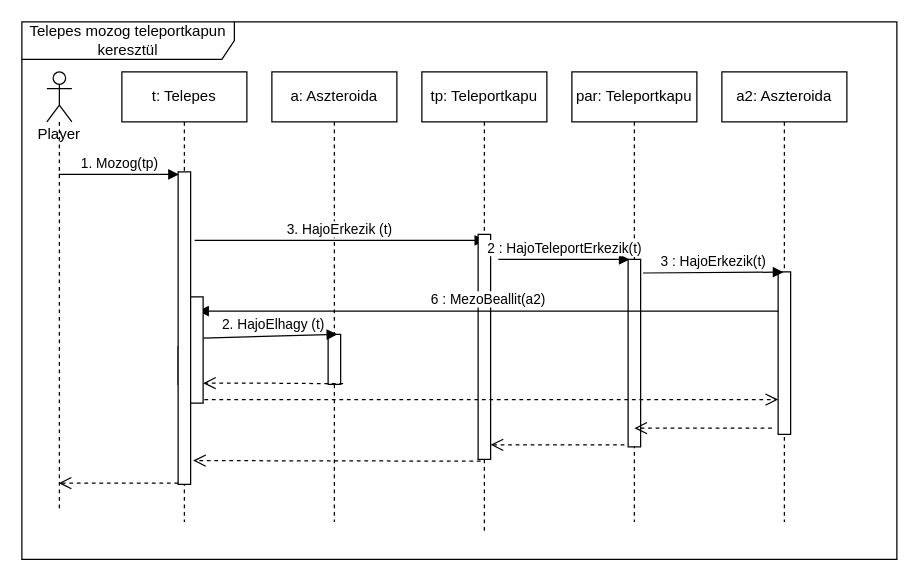
Before: page "Telepes" (1 of 2) of doc/szekvencia/4het_szek_TeleportMozgas.drawio in torpeBoiGo/aszteroidabanyaszat, a draw.io diagram. Source tidied: cells renumbered, new cells numbered last; positions are measured from the earlier drawing's top-left corner, leaving out a move shared by most shapes. Both pictures are drawn from the tidied source at 125%, with x=0, y=0 at pixel (21, 21).
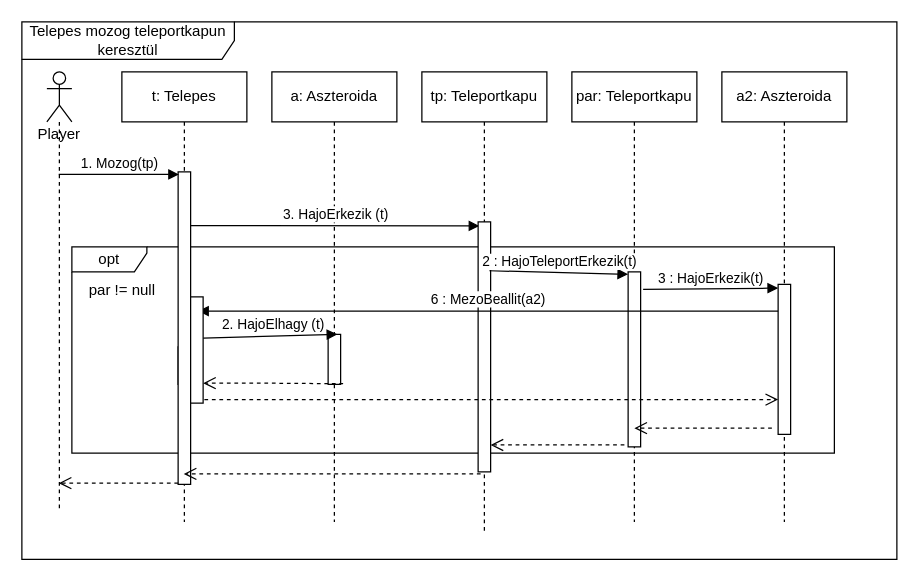
Above is the later version.

Commit message (it also covers changes not shown here):
opt ha null a par

Unchanged cells that the change refers to:
```xml
<mxCell id="3" value="t: Telepes" style="shape=umlLifeline;perimeter=lifelinePerimeter;whiteSpace=wrap;html=1;outlineConnect=0;" parent="1" vertex="1">
  <mxGeometry x="80" y="40" width="100" height="360" as="geometry" />
</mxCell>
<mxCell id="10" style="html=1;points=[];perimeter=orthogonalPerimeter;" parent="1" vertex="1">
  <mxGeometry x="125" y="120" width="10" height="250" as="geometry" />
</mxCell>
<mxCell id="15" value="tp: Teleportkapu" style="shape=umlLifeline;perimeter=lifelinePerimeter;whiteSpace=wrap;html=1;outlineConnect=0;" parent="1" vertex="1">
  <mxGeometry x="320" y="40" width="100" height="370" as="geometry" />
</mxCell>
<mxCell id="17" value="par: Teleportkapu" style="shape=umlLifeline;perimeter=lifelinePerimeter;whiteSpace=wrap;html=1;" parent="1" vertex="1">
  <mxGeometry x="440" y="40" width="100" height="360" as="geometry" />
</mxCell>
<mxCell id="19" value="a2: Aszteroida" style="shape=umlLifeline;perimeter=lifelinePerimeter;whiteSpace=wrap;html=1;" parent="1" vertex="1">
  <mxGeometry x="560" y="40" width="100" height="360" as="geometry" />
</mxCell>
```

The edit, as a diff of the source:
```diff
@@
+    <mxCell id="28" value="opt" style="shape=umlFrame;whiteSpace=wrap;html=1;width=60;height=20;" parent="1" vertex="1">
+      <mxGeometry x="40" y="180" width="610" height="165" as="geometry" />
+    </mxCell>
@@
-    <mxCell id="8" value="3. HajoErkezik (t)" style="html=1;verticalAlign=bottom;endArrow=block;exitX=1.2;exitY=0.419;exitDx=0;exitDy=0;exitPerimeter=0;" parent="1" edge="1">
-      <mxGeometry relative="1" as="geometry">
-        <mxPoint x="138.2" y="174.8" as="sourcePoint" />
-        <mxPoint x="370.7" y="174.8" as="targetPoint" />
-      </mxGeometry>
+    <mxCell id="8" value="3. HajoErkezik (t)" style="html=1;verticalAlign=bottom;endArrow=block;exitX=1;exitY=0.172;exitDx=0;exitDy=0;exitPerimeter=0;entryX=0.1;entryY=0.016;entryDx=0;entryDy=0;entryPerimeter=0;" parent="1" edge="1" source="10" target="16">
+      <mxGeometry relative="1" as="geometry" />
     </mxCell>
@@
-    <mxCell id="13" style="html=1;verticalAlign=bottom;endArrow=open;dashed=1;endSize=8;exitX=0.2;exitY=1.008;exitDx=0;exitDy=0;exitPerimeter=0;" parent="1" edge="1" source="16">
-      <mxGeometry x="-0.09" relative="1" as="geometry">
-        <mxPoint x="137" y="351" as="targetPoint" />
-      </mxGeometry>
+    <mxCell id="13" style="html=1;verticalAlign=bottom;endArrow=open;dashed=1;endSize=8;exitX=0.2;exitY=1.008;exitDx=0;exitDy=0;exitPerimeter=0;" parent="1" edge="1" source="16" target="3">
+      <mxGeometry x="-0.09" relative="1" as="geometry" />
     </mxCell>
@@
     <mxCell id="16" style="html=1;points=[];perimeter=orthogonalPerimeter;" parent="15" vertex="1">
-      <mxGeometry x="45" y="130" width="10" height="180" as="geometry" />
+      <mxGeometry x="45" y="120" width="10" height="200" as="geometry" />
     </mxCell>
@@
     <mxCell id="18" style="html=1;points=[];perimeter=orthogonalPerimeter;" parent="17" vertex="1">
-      <mxGeometry x="45" y="150" width="10" height="150" as="geometry" />
+      <mxGeometry x="45" y="160" width="10" height="140" as="geometry" />
     </mxCell>
@@
     <mxCell id="20" style="html=1;points=[];perimeter=orthogonalPerimeter;" parent="19" vertex="1">
-      <mxGeometry x="45" y="160" width="10" height="130" as="geometry" />
+      <mxGeometry x="45" y="170" width="10" height="120" as="geometry" />
     </mxCell>
-    <mxCell id="21" value="2 : HajoTeleportErkezik(t)" style="html=1;verticalAlign=bottom;endArrow=block;" parent="1" edge="1">
-      <mxGeometry relative="1" as="geometry">
-        <mxPoint x="381.2" y="190" as="sourcePoint" />
-        <mxPoint x="486.2" y="190" as="targetPoint" />
-        <Array as="points">
-          <mxPoint x="451.2" y="190" />
-        </Array>
-      </mxGeometry>
+    <mxCell id="21" value="2 : HajoTeleportErkezik(t)" style="html=1;verticalAlign=bottom;endArrow=block;exitX=0.54;exitY=0.43;exitDx=0;exitDy=0;exitPerimeter=0;entryX=0;entryY=0.014;entryDx=0;entryDy=0;entryPerimeter=0;" parent="1" edge="1" source="15" target="18">
+      <mxGeometry relative="1" as="geometry" />
     </mxCell>
-    <mxCell id="22" value="3 : HajoErkezik(t)" style="html=1;verticalAlign=bottom;endArrow=block;entryX=0.31;entryY=0.002;entryDx=0;entryDy=0;entryPerimeter=0;exitX=1.069;exitY=0.109;exitDx=0;exitDy=0;exitPerimeter=0;" parent="1" edge="1">
-      <mxGeometry relative="1" as="geometry">
-        <mxPoint x="496.9" y="200.9" as="sourcePoint" />
-        <mxPoint x="609.3" y="200.2" as="targetPoint" />
-      </mxGeometry>
+    <mxCell id="22" value="3 : HajoErkezik(t)" style="html=1;verticalAlign=bottom;endArrow=block;entryX=0;entryY=0.025;entryDx=0;entryDy=0;entryPerimeter=0;exitX=1.2;exitY=0.1;exitDx=0;exitDy=0;exitPerimeter=0;" parent="1" edge="1" source="18" target="20">
+      <mxGeometry relative="1" as="geometry" />
     </mxCell>
@@
+    <mxCell id="29" value="par != null" style="text;html=1;align=center;verticalAlign=middle;" parent="1" vertex="1">
+      <mxGeometry x="45" y="205" width="70" height="20" as="geometry" />
+    </mxCell>
```
